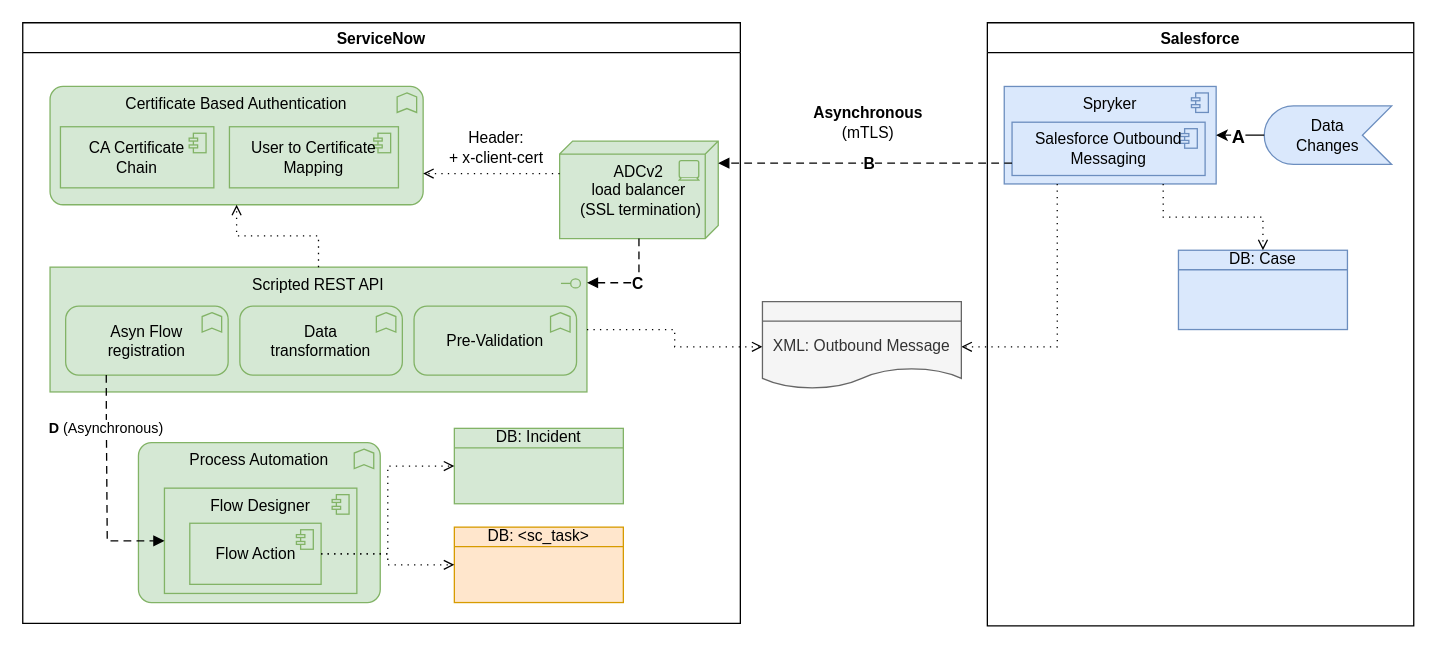
This is page "BMC>SN" (2 of 2) of SN2BMC-Astea.drawio from algimas/tmp, a draw.io file, before an edit. Source tidied: cells renumbered, new cells numbered last; positions are measured from the earlier drawing's top-left corner, leaving out a move shared by most shapes. Both pictures are drawn from the tidied source at 130%, with x=0, y=0 at pixel (22, 22).
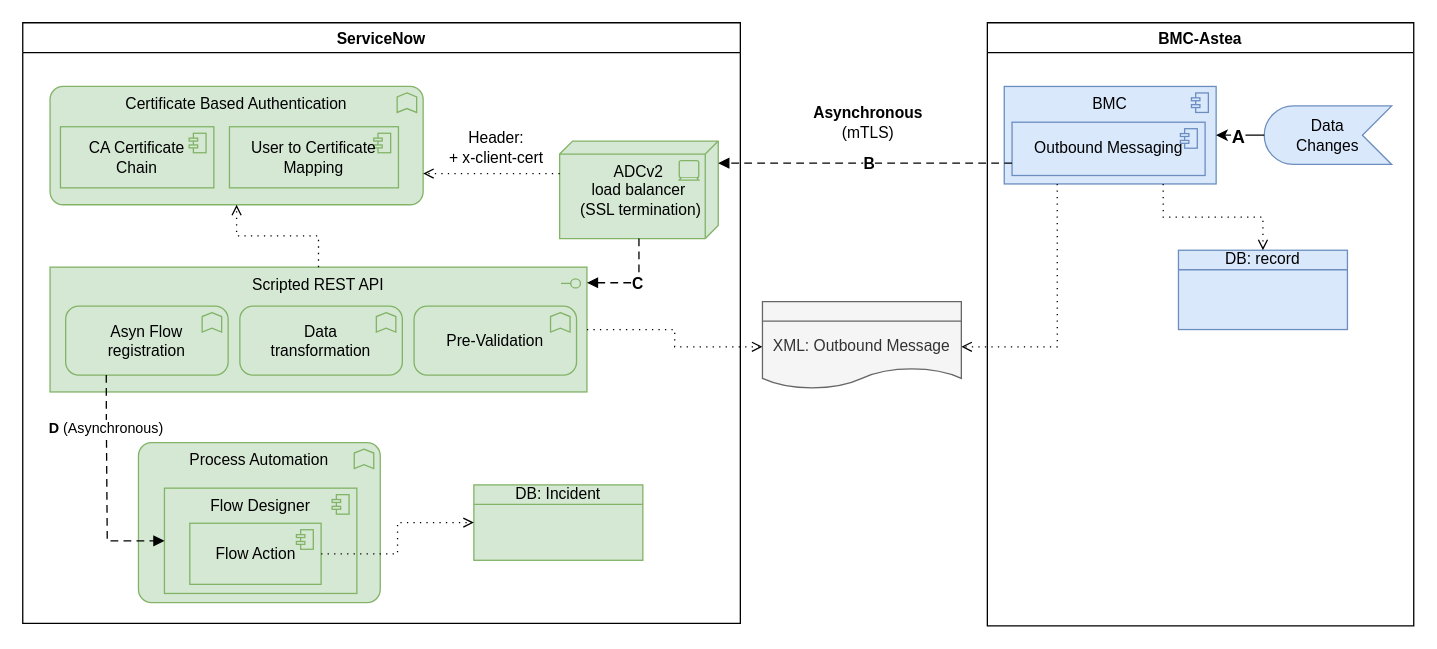
Above is the later version.

Unchanged cells that the change refers to:
```xml
<mxCell id="5" value="ServiceNow" style="swimlane;" parent="1" vertex="1">
  <mxGeometry width="552" height="462" as="geometry" />
</mxCell>
<mxCell id="32" value="Flow Action" style="html=1;outlineConnect=0;whiteSpace=wrap;fillColor=#d5e8d4;shape=mxgraph.archimate3.application;appType=comp;archiType=square;strokeColor=#82b366;verticalAlign=middle;" parent="1" vertex="1">
  <mxGeometry x="128.5" y="385" width="101" height="47" as="geometry" />
</mxCell>
```

Change to the diagram source:
```diff
@@
-    <mxCell id="2" value="Salesforce" style="swimlane;" parent="1" vertex="1">
+    <mxCell id="2" value="BMC-Astea" style="swimlane;" parent="1" vertex="1">
       <mxGeometry x="742" width="328" height="464" as="geometry" />
     </mxCell>
-    <mxCell id="3" value="DB: Case" style="html=1;outlineConnect=0;whiteSpace=wrap;fillColor=#dae8fc;shape=mxgraph.archimate3.businessObject;overflow=fill;strokeColor=#6c8ebf;" parent="2" vertex="1">
+    <mxCell id="3" value="DB: record" style="html=1;outlineConnect=0;whiteSpace=wrap;fillColor=#dae8fc;shape=mxgraph.archimate3.businessObject;overflow=fill;strokeColor=#6c8ebf;" parent="2" vertex="1">
       <mxGeometry x="147" y="175" width="130" height="61" as="geometry" />
     </mxCell>
@@
     <mxCell id="20" value="DB: Incident" style="html=1;outlineConnect=0;whiteSpace=wrap;fillColor=#d5e8d4;shape=mxgraph.archimate3.businessObject;overflow=fill;strokeColor=#82b366;" parent="5" vertex="1">
-      <mxGeometry x="332" y="312" width="130" height="58" as="geometry" />
+      <mxGeometry x="347" y="355.5" width="130" height="58" as="geometry" />
     </mxCell>
-    <mxCell id="21" value="DB: &amp;lt;sc_task&amp;gt;" style="html=1;outlineConnect=0;whiteSpace=wrap;fillColor=#ffe6cc;shape=mxgraph.archimate3.businessObject;overflow=fill;strokeColor=#d79b00;" parent="5" vertex="1">
-      <mxGeometry x="332" y="388" width="130" height="58" as="geometry" />
-    </mxCell>
-    <mxCell id="22" value="Spryker" style="html=1;outlineConnect=0;whiteSpace=wrap;fillColor=#dae8fc;shape=mxgraph.archimate3.application;appType=comp;archiType=square;strokeColor=#6c8ebf;verticalAlign=top;" parent="1" vertex="1">
+    <mxCell id="22" value="BMC" style="html=1;outlineConnect=0;whiteSpace=wrap;fillColor=#dae8fc;shape=mxgraph.archimate3.application;appType=comp;archiType=square;strokeColor=#6c8ebf;verticalAlign=top;" parent="1" vertex="1">
       <mxGeometry x="755" y="49" width="163" height="75" as="geometry" />
     </mxCell>
@@
-    <mxCell id="30" value="Salesforce Outbound Messaging" style="html=1;outlineConnect=0;whiteSpace=wrap;fillColor=#dae8fc;shape=mxgraph.archimate3.application;appType=comp;archiType=square;strokeColor=#6c8ebf;verticalAlign=middle;" parent="1" vertex="1">
+    <mxCell id="30" value="Outbound Messaging" style="html=1;outlineConnect=0;whiteSpace=wrap;fillColor=#dae8fc;shape=mxgraph.archimate3.application;appType=comp;archiType=square;strokeColor=#6c8ebf;verticalAlign=middle;" parent="1" vertex="1">
       <mxGeometry x="761" y="76.5" width="148.5" height="41" as="geometry" />
     </mxCell>
@@
-    <mxCell id="33" style="edgeStyle=orthogonalEdgeStyle;html=1;endArrow=open;elbow=vertical;endFill=0;dashed=1;dashPattern=1 4;rounded=0;fillColor=#80b6a1;entryX=0;entryY=0.5;entryDx=0;entryDy=0;entryPerimeter=0;exitX=1;exitY=0.5;exitDx=0;exitDy=0;exitPerimeter=0;" parent="1" edge="1" source="32" target="21">
-      <mxGeometry relative="1" as="geometry" />
-    </mxCell>
```
